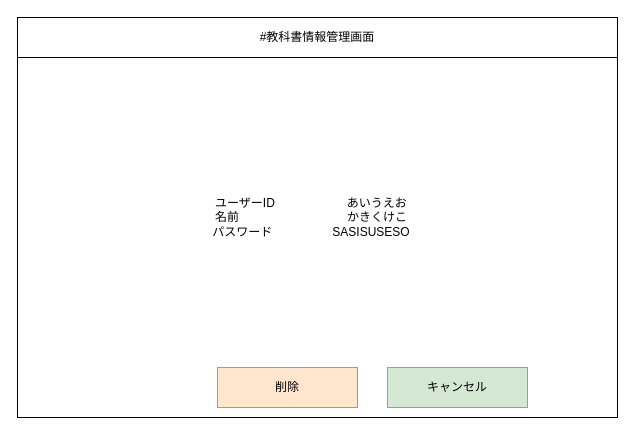
Earlier version of the draw.io diagram レイアウト図/管理者画面/会員情報削除確認画面.drawio (2022java42-student009/ProjectJava). Source tidied: cells renumbered, new cells numbered last; positions are measured from the earlier drawing's top-left corner, leaving out a move shared by most shapes. Both pictures are drawn from the tidied source at 100%, with x=0, y=0 at pixel (17, 17).
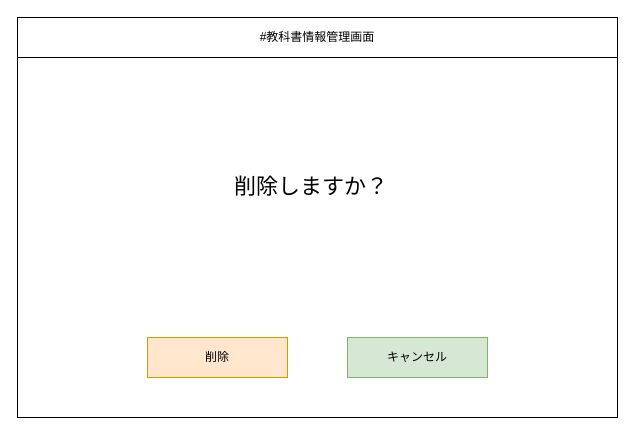
The same page after the edit.

Change to the diagram source:
```diff
@@
 <mxGraphModel>
   <root>
     <mxCell id="0" />
     <mxCell id="1" parent="0" />
     <mxCell id="2" style="rounded=0;whiteSpace=wrap;html=1;" parent="1" vertex="1">
       <mxGeometry width="600" height="400" as="geometry" />
     </mxCell>
     <mxCell id="3" value="#教科書情報管理画面" style="rounded=0;whiteSpace=wrap;html=1;" parent="1" vertex="1">
       <mxGeometry width="600" height="40" as="geometry" />
     </mxCell>
     <mxCell id="4" value="削除" style="rounded=0;whiteSpace=wrap;html=1;fillColor=#ffe6cc;strokeColor=#d79b00;" parent="1" vertex="1">
-      <mxGeometry x="200" y="350" width="140" height="40" as="geometry" />
+      <mxGeometry x="130" y="320" width="140" height="40" as="geometry" />
     </mxCell>
     <mxCell id="5" value="キャンセル" style="rounded=0;whiteSpace=wrap;html=1;fillColor=#d5e8d4;strokeColor=#82b366;" parent="1" vertex="1">
-      <mxGeometry x="370" y="350" width="140" height="40" as="geometry" />
+      <mxGeometry x="330" y="320" width="140" height="40" as="geometry" />
     </mxCell>
-    <mxCell id="6" value="ユーザーID　　　　　　あいうえお&lt;br&gt;名前　　　　　　　　　かきくけこ&lt;br&gt;パスワード　　　　　SASISUSESO&lt;br&gt;" style="text;html=1;strokeColor=none;fillColor=none;align=center;verticalAlign=middle;whiteSpace=wrap;rounded=0;" parent="1" vertex="1">
-      <mxGeometry x="149" y="125" width="290" height="150" as="geometry" />
-    </mxCell>
+    <mxCell id="7" value="削除しますか？" style="text;html=1;strokeColor=none;fillColor=none;align=center;verticalAlign=middle;whiteSpace=wrap;rounded=0;fontSize=22;" parent="1" vertex="1">
+      <mxGeometry x="209" y="120" width="170" height="100" as="geometry" />
+    </mxCell>
   </root>
 </mxGraphModel>
```
